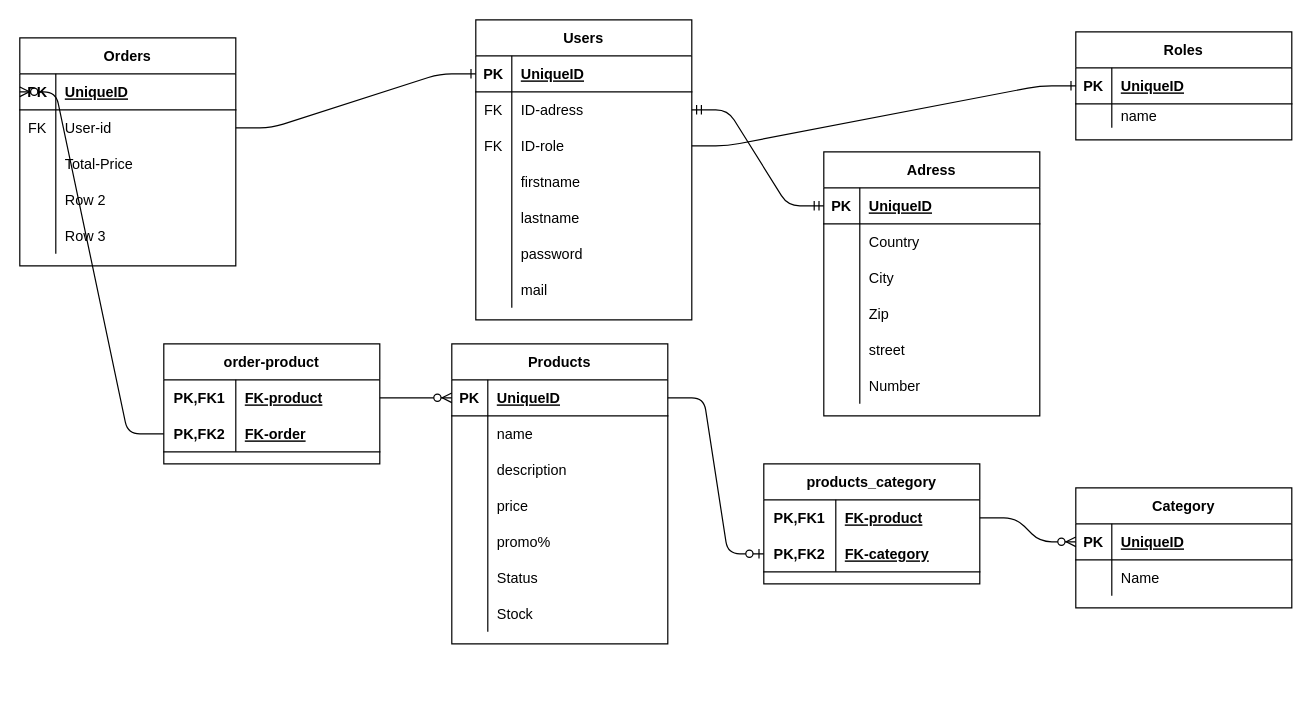
Before: schema.drawio in MCSKTLZ/Labo-web-shop, a draw.io diagram. Source tidied: cells renumbered, new cells numbered last; positions are measured from the earlier drawing's top-left corner, leaving out a move shared by most shapes. Both pictures are drawn from the tidied source at 120%, with x=0, y=0 at pixel (19, 19).
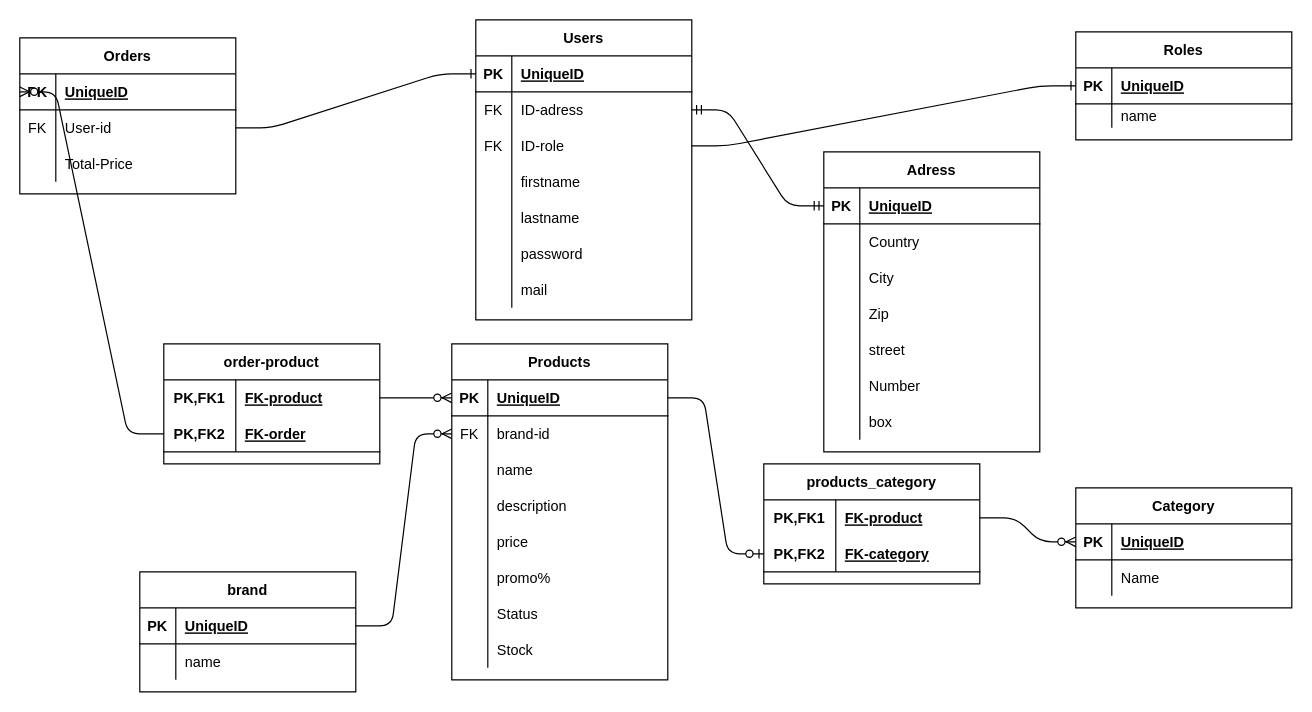
Above is the later version.

Change to the diagram source:
```diff
@@
     <mxCell id="31" value="Adress" style="shape=table;startSize=30;childLayout=tableLayout;rowLines=0;fontStyle=1;align=center;" parent="1" vertex="1">
-      <mxGeometry x="670" y="110" width="180" height="220" as="geometry" />
+      <mxGeometry x="670" y="110" width="180" height="250" as="geometry" />
     </mxCell>
@@
+    <mxCell id="116" style="shape=partialRectangle;fillColor=none;top=0;left=0;bottom=0;right=0;" parent="31" vertex="1">
+      <mxGeometry y="210" width="180" height="30" as="geometry" />
+    </mxCell>
+    <mxCell id="117" style="shape=partialRectangle;fillColor=none;top=0;left=0;bottom=0;right=0;overflow=hidden;" parent="116" vertex="1">
+      <mxGeometry width="30" height="30" as="geometry" />
+    </mxCell>
+    <mxCell id="118" value="box" style="shape=partialRectangle;fillColor=none;top=0;left=0;bottom=0;right=0;align=left;spacingLeft=6;overflow=hidden;" parent="116" vertex="1">
+      <mxGeometry x="30" width="150" height="30" as="geometry" />
+    </mxCell>
@@
     <mxCell id="52" value="Products" style="shape=table;startSize=30;childLayout=tableLayout;rowLines=0;fontStyle=1;align=center;" parent="1" vertex="1">
-      <mxGeometry x="360" y="270" width="180" height="250" as="geometry" />
+      <mxGeometry x="360" y="270" width="180" height="280" as="geometry" />
     </mxCell>
@@
+    <mxCell id="119" style="shape=partialRectangle;fillColor=none;top=0;left=0;bottom=0;right=0;points=[[0,0.5],[1,0.5]];portConstraint=eastwest;" parent="52" vertex="1">
+      <mxGeometry y="60" width="180" height="30" as="geometry" />
+    </mxCell>
+    <mxCell id="120" value="FK" style="shape=partialRectangle;fillColor=none;top=0;left=0;bottom=0;right=0;fontStyle=0;overflow=hidden;" parent="119" vertex="1">
+      <mxGeometry width="30" height="30" as="geometry" />
+    </mxCell>
+    <mxCell id="121" value="brand-id" style="shape=partialRectangle;fillColor=none;top=0;left=0;bottom=0;right=0;align=left;spacingLeft=6;fontStyle=0;overflow=hidden;" parent="119" vertex="1">
+      <mxGeometry x="30" width="150" height="30" as="geometry" />
+    </mxCell>
     <mxCell id="56" style="shape=partialRectangle;fillColor=none;top=0;left=0;bottom=0;right=0;" parent="52" vertex="1">
-      <mxGeometry y="60" width="180" height="30" as="geometry" />
+      <mxGeometry y="90" width="180" height="30" as="geometry" />
     </mxCell>
@@
     <mxCell id="59" style="shape=partialRectangle;fillColor=none;top=0;left=0;bottom=0;right=0;" parent="52" vertex="1">
-      <mxGeometry y="90" width="180" height="30" as="geometry" />
+      <mxGeometry y="120" width="180" height="30" as="geometry" />
     </mxCell>
@@
     <mxCell id="62" style="shape=partialRectangle;fillColor=none;top=0;left=0;bottom=0;right=0;" parent="52" vertex="1">
-      <mxGeometry y="120" width="180" height="30" as="geometry" />
+      <mxGeometry y="150" width="180" height="30" as="geometry" />
     </mxCell>
@@
     <mxCell id="65" style="shape=partialRectangle;fillColor=none;top=0;left=0;bottom=0;right=0;" parent="52" vertex="1">
-      <mxGeometry y="150" width="180" height="30" as="geometry" />
+      <mxGeometry y="180" width="180" height="30" as="geometry" />
     </mxCell>
@@
     <mxCell id="68" style="shape=partialRectangle;fillColor=none;top=0;left=0;bottom=0;right=0;" parent="52" vertex="1">
-      <mxGeometry y="180" width="180" height="30" as="geometry" />
+      <mxGeometry y="210" width="180" height="30" as="geometry" />
     </mxCell>
@@
     <mxCell id="71" style="shape=partialRectangle;fillColor=none;top=0;left=0;bottom=0;right=0;" parent="52" vertex="1">
-      <mxGeometry y="210" width="180" height="30" as="geometry" />
+      <mxGeometry y="240" width="180" height="30" as="geometry" />
     </mxCell>
@@
     <mxCell id="74" value="Orders" style="shape=table;startSize=30;childLayout=tableLayout;rowLines=0;fontStyle=1;align=center;" parent="1" vertex="1">
-      <mxGeometry y="15" width="180" height="190" as="geometry" />
+      <mxGeometry y="15" width="180" height="130" as="geometry" />
     </mxCell>
@@
-    <mxCell id="84" style="shape=partialRectangle;fillColor=none;top=0;left=0;bottom=0;right=0;" parent="74" vertex="1">
-      <mxGeometry y="120" width="180" height="30" as="geometry" />
-    </mxCell>
-    <mxCell id="85" style="shape=partialRectangle;fillColor=none;top=0;left=0;bottom=0;right=0;overflow=hidden;" parent="84" vertex="1">
-      <mxGeometry width="30" height="30" as="geometry" />
-    </mxCell>
-    <mxCell id="86" value="Row 2" style="shape=partialRectangle;fillColor=none;top=0;left=0;bottom=0;right=0;align=left;spacingLeft=6;overflow=hidden;" parent="84" vertex="1">
-      <mxGeometry x="30" width="150" height="30" as="geometry" />
-    </mxCell>
-    <mxCell id="87" style="shape=partialRectangle;fillColor=none;top=0;left=0;bottom=0;right=0;" parent="74" vertex="1">
-      <mxGeometry y="150" width="180" height="30" as="geometry" />
-    </mxCell>
-    <mxCell id="88" style="shape=partialRectangle;fillColor=none;top=0;left=0;bottom=0;right=0;overflow=hidden;" parent="87" vertex="1">
-      <mxGeometry width="30" height="30" as="geometry" />
-    </mxCell>
-    <mxCell id="89" value="Row 3" style="shape=partialRectangle;fillColor=none;top=0;left=0;bottom=0;right=0;align=left;spacingLeft=6;overflow=hidden;" parent="87" vertex="1">
-      <mxGeometry x="30" width="150" height="30" as="geometry" />
-    </mxCell>
@@
+    <mxCell id="122" value="brand" style="shape=table;startSize=30;childLayout=tableLayout;rowLines=0;fontStyle=1;align=center;" parent="1" vertex="1">
+      <mxGeometry x="100" y="460" width="180" height="100" as="geometry" />
+    </mxCell>
+    <mxCell id="123" style="shape=partialRectangle;fillColor=none;top=0;left=0;bottom=1;right=0;points=[[0,0.5],[1,0.5]];portConstraint=eastwest;" parent="122" vertex="1">
+      <mxGeometry y="30" width="180" height="30" as="geometry" />
+    </mxCell>
+    <mxCell id="124" value="PK" style="shape=partialRectangle;fillColor=none;top=0;left=0;bottom=0;right=0;fontStyle=1;overflow=hidden;" parent="123" vertex="1">
+      <mxGeometry width="30" height="30" as="geometry" />
+    </mxCell>
+    <mxCell id="125" value="UniqueID" style="shape=partialRectangle;fillColor=none;top=0;left=0;bottom=0;right=0;align=left;spacingLeft=6;fontStyle=5;overflow=hidden;" parent="123" vertex="1">
+      <mxGeometry x="30" width="150" height="30" as="geometry" />
+    </mxCell>
+    <mxCell id="126" style="shape=partialRectangle;fillColor=none;top=0;left=0;bottom=0;right=0;" parent="122" vertex="1">
+      <mxGeometry y="60" width="180" height="30" as="geometry" />
+    </mxCell>
+    <mxCell id="127" style="shape=partialRectangle;fillColor=none;top=0;left=0;bottom=0;right=0;overflow=hidden;" parent="126" vertex="1">
+      <mxGeometry width="30" height="30" as="geometry" />
+    </mxCell>
+    <mxCell id="128" value="name" style="shape=partialRectangle;fillColor=none;top=0;left=0;bottom=0;right=0;align=left;spacingLeft=6;overflow=hidden;" parent="126" vertex="1">
+      <mxGeometry x="30" width="150" height="30" as="geometry" />
+    </mxCell>
+    <mxCell id="129" style="edgeStyle=entityRelationEdgeStyle;fontSize=12;html=1;endArrow=ERzeroToMany;endFill=1;exitX=1;exitY=0.5;exitDx=0;exitDy=0;entryX=0;entryY=0.5;entryDx=0;entryDy=0;" parent="1" edge="1" source="123" target="119">
+      <mxGeometry relative="1" as="geometry" />
+    </mxCell>
```
